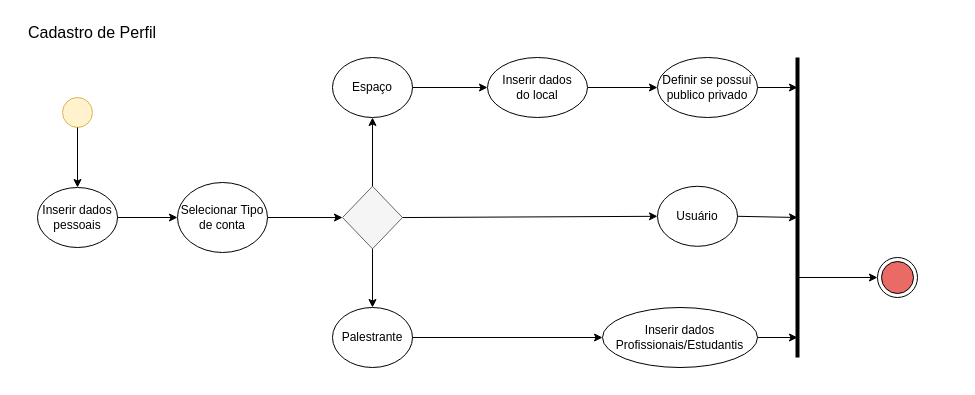
Before: Diagramas/Diagrama de Atividade - Cadastro de Perfil.drawio in frqnk/2023.1-1sem-PI-Grupo5, a draw.io diagram. Source tidied: cells renumbered, new cells numbered last; positions are measured from the earlier drawing's top-left corner, leaving out a move shared by most shapes. Both pictures are drawn from the tidied source at 100%, with x=0, y=0 at pixel (17, 17).
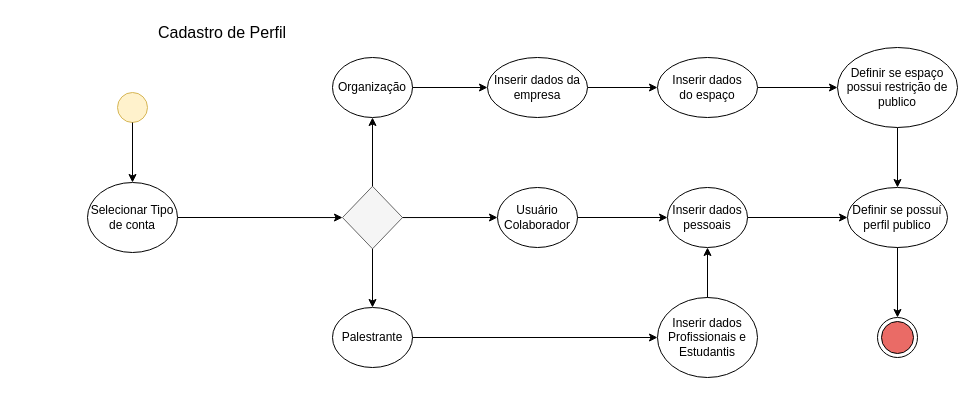
After the change.

The edit, as a diff of the source:
```diff
@@
     <mxCell id="2" style="ellipse;whiteSpace=wrap;html=1;fillColor=#fff2cc;strokeColor=#d6b656;" parent="1" vertex="1">
-      <mxGeometry x="45" y="80" width="30" height="30" as="geometry" />
+      <mxGeometry x="100" y="75" width="30" height="30" as="geometry" />
     </mxCell>
+    <mxCell id="28" style="edgeStyle=orthogonalEdgeStyle;rounded=0;jettySize=auto;html=1;" parent="1" edge="1" source="3" target="20">
+      <mxGeometry relative="1" as="geometry" />
+    </mxCell>
     <mxCell id="3" value="Inserir dados pessoais" style="ellipse;whiteSpace=wrap;html=1;" parent="1" vertex="1">
-      <mxGeometry x="20" y="170" width="80" height="60" as="geometry" />
+      <mxGeometry x="650" y="170" width="80" height="60" as="geometry" />
     </mxCell>
-    <mxCell id="4" style="endArrow=classic;html=1;rounded=0;exitX=0.5;exitY=1;exitDx=0;exitDy=0;entryX=0.5;entryY=0;entryDx=0;entryDy=0;" parent="1" edge="1" source="2" target="3">
+    <mxCell id="4" style="endArrow=classic;html=1;rounded=0;exitX=0.5;exitY=1;exitDx=0;exitDy=0;entryX=0.5;entryY=0;entryDx=0;entryDy=0;" parent="1" edge="1" source="2" target="6">
       <mxGeometry relative="1" as="geometry" />
     </mxCell>
@@
     <mxCell id="6" value="Selecionar Tipo de conta" style="ellipse;whiteSpace=wrap;html=1;" parent="1" vertex="1">
-      <mxGeometry x="160" y="165" width="90" height="70" as="geometry" />
+      <mxGeometry x="70" y="165" width="90" height="70" as="geometry" />
     </mxCell>
-    <mxCell id="7" style="endArrow=classic;html=1;rounded=0;exitX=1;exitY=0.5;exitDx=0;exitDy=0;entryX=0;entryY=0.5;entryDx=0;entryDy=0;" parent="1" edge="1" source="3" target="6">
-      <mxGeometry relative="1" as="geometry" />
-    </mxCell>
@@
-    <mxCell id="11" value="Usuário" style="ellipse;whiteSpace=wrap;html=1;" parent="1" vertex="1">
-      <mxGeometry x="640" y="168.8" width="80" height="60" as="geometry" />
+    <mxCell id="11" value="Usuário Colaborador" style="ellipse;whiteSpace=wrap;html=1;" parent="1" vertex="1">
+      <mxGeometry x="480" y="170" width="80" height="60" as="geometry" />
     </mxCell>
-    <mxCell id="12" value="Espaço" style="ellipse;whiteSpace=wrap;html=1;" parent="1" vertex="1">
+    <mxCell id="12" value="Organização" style="ellipse;whiteSpace=wrap;html=1;" parent="1" vertex="1">
       <mxGeometry x="315" y="40" width="80" height="60" as="geometry" />
     </mxCell>
@@
-    <mxCell id="16" value="Inserir dados Profissionais/Estudantis" style="ellipse;whiteSpace=wrap;html=1;" parent="1" vertex="1">
-      <mxGeometry x="585" y="290" width="155" height="60" as="geometry" />
+    <mxCell id="16" value="Inserir dados Profissionais e Estudantis" style="ellipse;whiteSpace=wrap;html=1;" parent="1" vertex="1">
+      <mxGeometry x="640" y="280" width="100" height="80" as="geometry" />
     </mxCell>
-    <mxCell id="17" style="edgeStyle=orthogonalEdgeStyle;rounded=0;jettySize=auto;html=1;" parent="1" edge="1" source="18" target="20">
-      <mxGeometry relative="1" as="geometry" />
-    </mxCell>
+    <mxCell id="29" style="edgeStyle=orthogonalEdgeStyle;rounded=0;jettySize=auto;html=1;" parent="1" edge="1" source="18" target="33">
+      <mxGeometry relative="1" as="geometry" />
+    </mxCell>
-    <mxCell id="18" value="Inserir dados&lt;br&gt;do local" style="ellipse;whiteSpace=wrap;html=1;" parent="1" vertex="1">
-      <mxGeometry x="470" y="40" width="100" height="60" as="geometry" />
+    <mxCell id="18" value="Inserir dados&lt;br&gt;do espaço" style="ellipse;whiteSpace=wrap;html=1;" parent="1" vertex="1">
+      <mxGeometry x="640" y="40" width="100" height="60" as="geometry" />
     </mxCell>
-    <mxCell id="19" style="endArrow=classic;html=1;rounded=0;entryX=0;entryY=0.5;entryDx=0;entryDy=0;exitX=1;exitY=0.5;exitDx=0;exitDy=0;" parent="1" edge="1" source="12" target="18">
+    <mxCell id="19" style="endArrow=classic;html=1;rounded=0;exitX=1;exitY=0.5;exitDx=0;exitDy=0;entryX=0;entryY=0.5;entryDx=0;entryDy=0;" parent="1" edge="1" source="12" target="31">
       <mxGeometry relative="1" as="geometry" />
     </mxCell>
-    <mxCell id="20" value="Definir se possuí publico privado" style="ellipse;whiteSpace=wrap;html=1;" parent="1" vertex="1">
-      <mxGeometry x="640" y="40" width="100" height="60" as="geometry" />
+    <mxCell id="20" value="Definir se possuí perfil publico" style="ellipse;whiteSpace=wrap;html=1;" parent="1" vertex="1">
+      <mxGeometry x="830" y="170" width="100" height="60" as="geometry" />
     </mxCell>
-    <mxCell id="21" style="endArrow=none;html=1;rounded=0;strokeWidth=4;" parent="1" edge="1">
-      <mxGeometry relative="1" as="geometry">
-        <mxPoint x="780" y="340" as="sourcePoint" />
-        <mxPoint x="780" y="40" as="targetPoint" />
-      </mxGeometry>
-    </mxCell>
-    <mxCell id="22" style="endArrow=classic;html=1;rounded=0;exitX=1;exitY=0.5;exitDx=0;exitDy=0;" parent="1" edge="1" source="11">
-      <mxGeometry relative="1" as="geometry">
-        <mxPoint x="780" y="200" as="targetPoint" />
-      </mxGeometry>
+    <mxCell id="22" style="endArrow=classic;html=1;rounded=0;exitX=1;exitY=0.5;exitDx=0;exitDy=0;entryX=0;entryY=0.5;entryDx=0;entryDy=0;" parent="1" edge="1" source="11" target="3">
+      <mxGeometry relative="1" as="geometry" />
     </mxCell>
-    <mxCell id="23" style="endArrow=classic;html=1;rounded=0;exitX=1;exitY=0.5;exitDx=0;exitDy=0;" parent="1" edge="1" source="16">
-      <mxGeometry relative="1" as="geometry">
-        <mxPoint x="780" y="320" as="targetPoint" />
-      </mxGeometry>
+    <mxCell id="23" style="endArrow=classic;html=1;rounded=0;exitX=0.5;exitY=0;exitDx=0;exitDy=0;entryX=0.5;entryY=1;entryDx=0;entryDy=0;" parent="1" edge="1" source="16" target="3">
+      <mxGeometry relative="1" as="geometry" />
     </mxCell>
-    <mxCell id="24" style="endArrow=classic;html=1;rounded=0;exitX=1;exitY=0.5;exitDx=0;exitDy=0;" parent="1" edge="1" source="20">
-      <mxGeometry relative="1" as="geometry">
-        <mxPoint x="780" y="70" as="targetPoint" />
-      </mxGeometry>
-    </mxCell>
     <mxCell id="25" style="ellipse;html=1;shape=endState;fillColor=#EA6B66;strokeColor=#000000;fillStyle=auto;" parent="1" vertex="1">
-      <mxGeometry x="860" y="240" width="40" height="40" as="geometry" />
+      <mxGeometry x="860" y="300" width="40" height="40" as="geometry" />
     </mxCell>
-    <mxCell id="26" style="endArrow=classic;html=1;rounded=0;entryX=0;entryY=0.5;entryDx=0;entryDy=0;" parent="1" edge="1" target="25">
-      <mxGeometry relative="1" as="geometry">
-        <mxPoint x="780" y="260" as="sourcePoint" />
-      </mxGeometry>
+    <mxCell id="26" style="endArrow=classic;html=1;rounded=0;entryX=0.5;entryY=0;entryDx=0;entryDy=0;exitX=0.5;exitY=1;exitDx=0;exitDy=0;" parent="1" edge="1" source="20" target="25">
+      <mxGeometry relative="1" as="geometry" />
     </mxCell>
     <mxCell id="27" value="Cadastro de Perfil" style="text;html=1;strokeColor=none;fillColor=none;align=center;verticalAlign=middle;whiteSpace=wrap;rounded=0;fontSize=16;" parent="1" vertex="1">
-      <mxGeometry width="150" height="30" as="geometry" />
+      <mxGeometry x="130" width="150" height="30" as="geometry" />
     </mxCell>
+    <mxCell id="30" style="edgeStyle=orthogonalEdgeStyle;rounded=0;jettySize=auto;html=1;entryX=0;entryY=0.5;entryDx=0;entryDy=0;" parent="1" edge="1" source="31" target="18">
+      <mxGeometry relative="1" as="geometry" />
+    </mxCell>
+    <mxCell id="31" value="Inserir dados da empresa" style="ellipse;whiteSpace=wrap;html=1;" parent="1" vertex="1">
+      <mxGeometry x="470" y="40" width="100" height="60" as="geometry" />
+    </mxCell>
+    <mxCell id="32" style="edgeStyle=orthogonalEdgeStyle;rounded=0;jettySize=auto;html=1;" parent="1" edge="1" source="33" target="20">
+      <mxGeometry relative="1" as="geometry" />
+    </mxCell>
+    <mxCell id="33" value="Definir se espaço possui restrição de publico" style="ellipse;whiteSpace=wrap;html=1;" parent="1" vertex="1">
+      <mxGeometry x="820" y="30" width="120" height="80" as="geometry" />
+    </mxCell>
```
